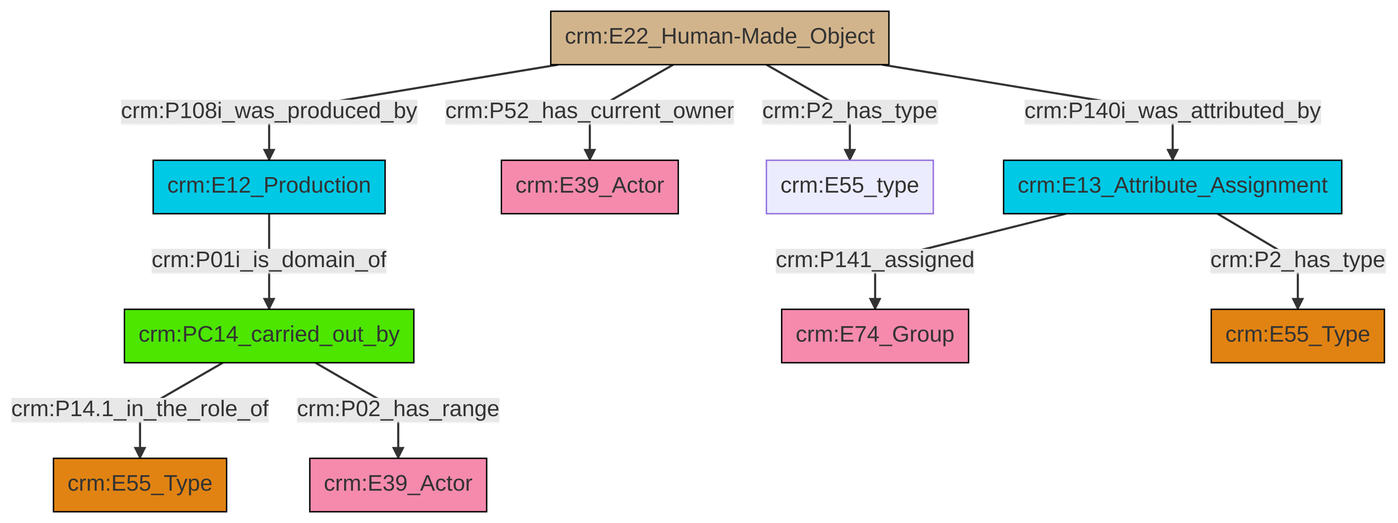
Before: et/builtWorkCSV/ttl/mmd/png/Built_Work_actor_relations.png, a diagram exported from Mermaid (swiss-art-research-net/reference-data-models). Its source is kept beside it as et/builtWorkCSV/ttl/mmd/Built_Work_actor_relations.ttl.mmd.
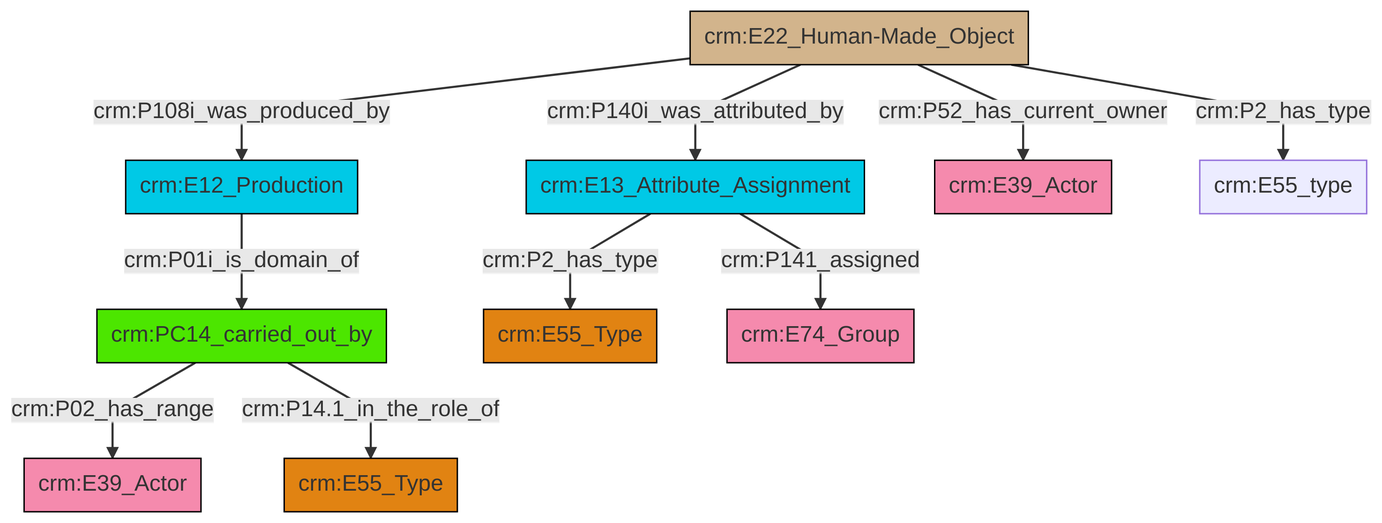
The same file after the commit.

What changed in the source:
```diff
@@ -13,12 +13,12 @@
 classDef PC_Classes fill:#4ce600, stroke:#000000;
 classDef Multi fill:#cccccc,stroke:#000000;
 
-0["crm:PC14_carried_out_by"]:::PC_Classes -->|crm:P14.1_in_the_role_of| 1["crm:E55_Type"]:::Type
-12["crm:E13_Attribute_Assignment"]:::Temporal_Entity -->|crm:P2_has_type| 10["crm:E55_Type"]:::Type
-14["crm:E22_Human-Made_Object"]:::Physical_Thing -->|crm:P140i_was_attributed_by| 12["crm:E13_Attribute_Assignment"]:::Temporal_Entity
-14["crm:E22_Human-Made_Object"]:::Physical_Thing -->|crm:P2_has_type| 8["crm:E55_type"]:::Default
-0["crm:PC14_carried_out_by"]:::PC_Classes -->|crm:P02_has_range| 16["crm:E39_Actor"]:::Actor
-12["crm:E13_Attribute_Assignment"]:::Temporal_Entity -->|crm:P141_assigned| 2["crm:E74_Group"]:::Actor
-14["crm:E22_Human-Made_Object"]:::Physical_Thing -->|crm:P108i_was_produced_by| 4["crm:E12_Production"]:::Temporal_Entity
+0["crm:PC14_carried_out_by"]:::PC_Classes -->|crm:P02_has_range| 1["crm:E39_Actor"]:::Actor
+6["crm:E22_Human-Made_Object"]:::Physical_Thing -->|crm:P140i_was_attributed_by| 2["crm:E13_Attribute_Assignment"]:::Temporal_Entity
+6["crm:E22_Human-Made_Object"]:::Physical_Thing -->|crm:P108i_was_produced_by| 4["crm:E12_Production"]:::Temporal_Entity
 4["crm:E12_Production"]:::Temporal_Entity -->|crm:P01i_is_domain_of| 0["crm:PC14_carried_out_by"]:::PC_Classes
-14["crm:E22_Human-Made_Object"]:::Physical_Thing -->|crm:P52_has_current_owner| 6["crm:E39_Actor"]:::Actor
+2["crm:E13_Attribute_Assignment"]:::Temporal_Entity -->|crm:P2_has_type| 7["crm:E55_Type"]:::Type
+6["crm:E22_Human-Made_Object"]:::Physical_Thing -->|crm:P52_has_current_owner| 10["crm:E39_Actor"]:::Actor
+6["crm:E22_Human-Made_Object"]:::Physical_Thing -->|crm:P2_has_type| 15["crm:E55_type"]:::Default
+0["crm:PC14_carried_out_by"]:::PC_Classes -->|crm:P14.1_in_the_role_of| 12["crm:E55_Type"]:::Type
+2["crm:E13_Attribute_Assignment"]:::Temporal_Entity -->|crm:P141_assigned| 16["crm:E74_Group"]:::Actor
```
